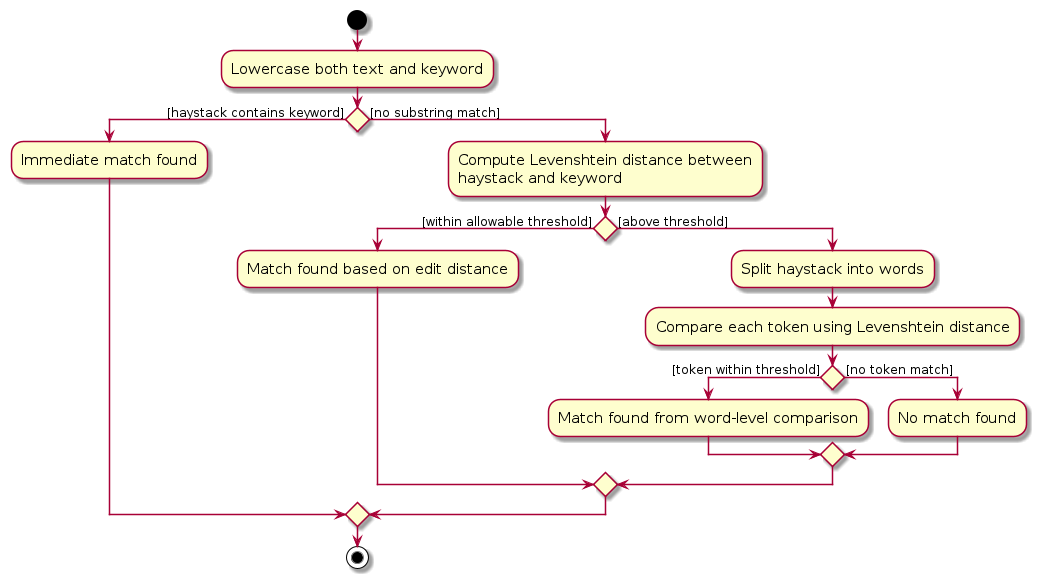
Before: diagrams/FindMatchingActivityDiagram.png, a diagram exported from PlantUML (AY2526S1-CS2103T-F13-3/tp). Its source is kept beside it as diagrams/FindMatchingActivityDiagram.puml.
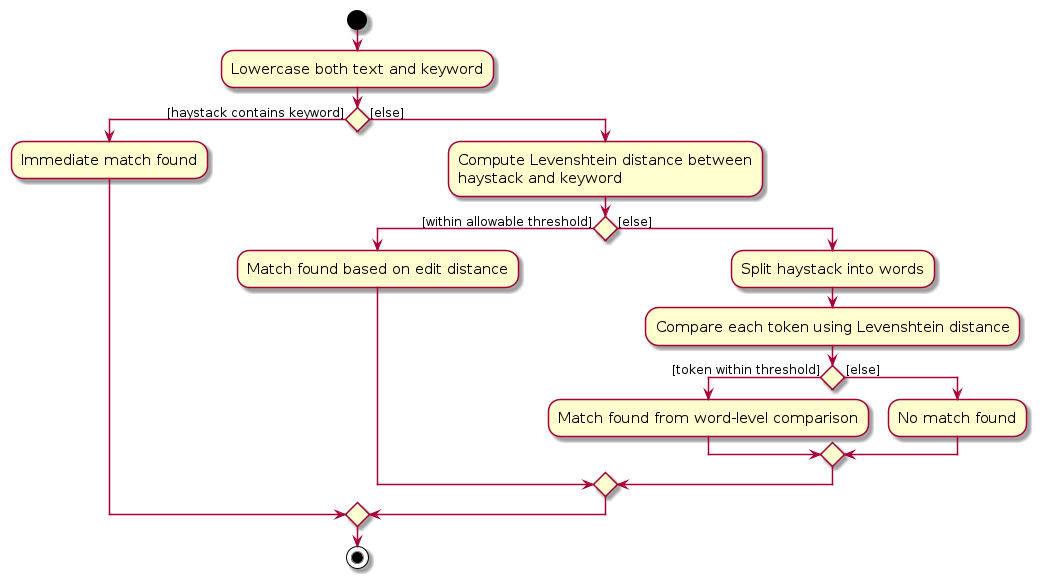
After the commit.

Diff of the diagram source:
```diff
@@ -8,19 +8,19 @@
 
 if () then ([haystack contains keyword])
     :Immediate match found;
-else ([no substring match])
+else ([else])
     :Compute Levenshtein distance between
     haystack and keyword;
 
     if () then ([within allowable threshold])
         :Match found based on edit distance;
-    else ([above threshold])
+    else ([else])
         :Split haystack into words;
         :Compare each token using Levenshtein distance;
 
         if () then ([token within threshold])
             :Match found from word-level comparison;
-        else ([no token match])
+        else ([else])
             :No match found;
         endif
     endif
```
